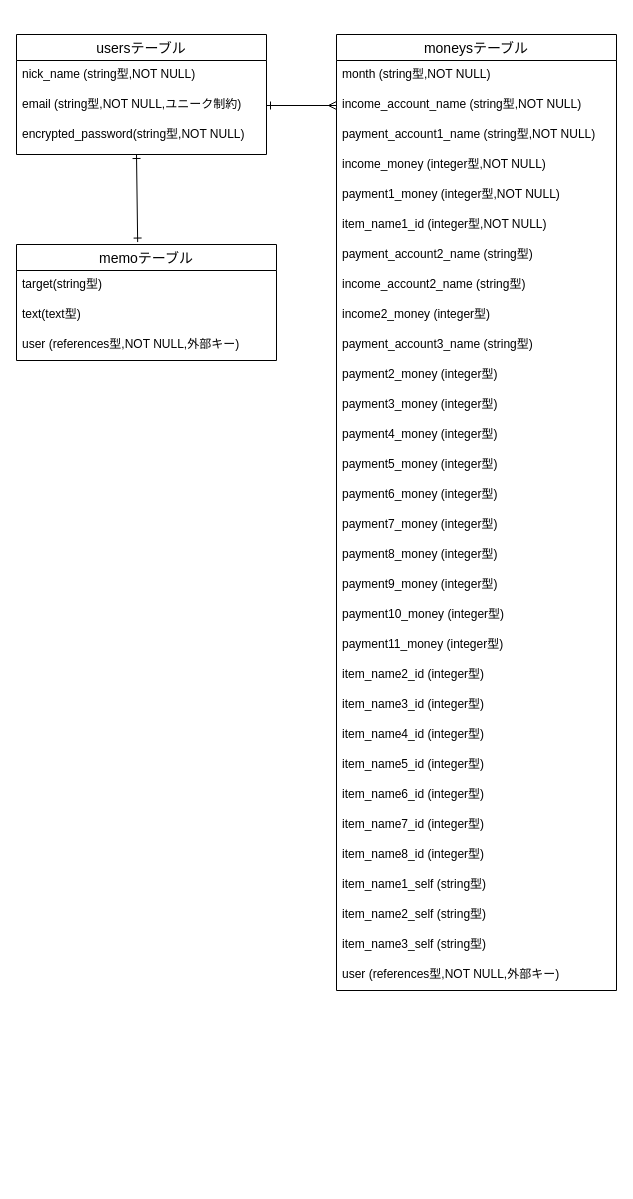
The draw.io diagram ER.dio in harukakak/rakubo, before the edit. Source tidied: cells renumbered, new cells numbered last; positions are measured from the earlier drawing's top-left corner, leaving out a move shared by most shapes. Both pictures are drawn from the tidied source at 100%, with x=0, y=0 at pixel (16, 34).
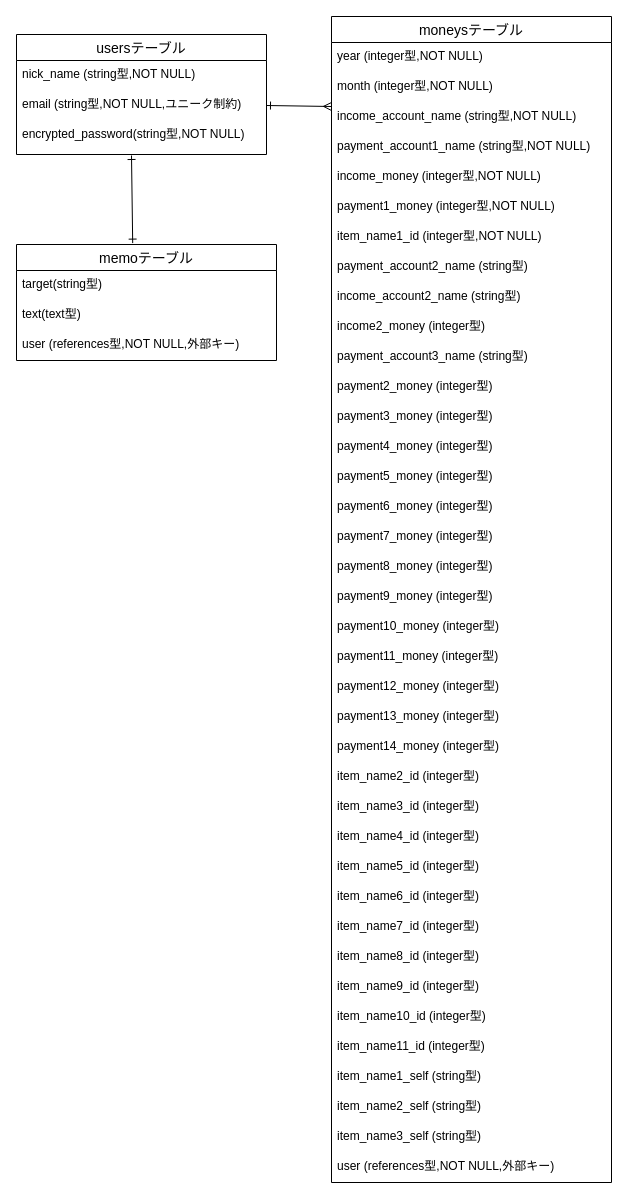
After the change.

Unchanged cells that the change refers to:
```xml
<mxCell id="4" value="email (string型,NOT NULL,ユニーク制約)" style="text;strokeColor=none;fillColor=none;spacingLeft=4;spacingRight=4;overflow=hidden;points=[[0,0.5],[1,0.5]];portConstraint=eastwest;fontSize=12;" parent="2" vertex="1">
  <mxGeometry y="56" width="250" height="30" as="geometry" />
</mxCell>
<mxCell id="40" value="memoテーブル" style="swimlane;fontStyle=0;horizontal=1;startSize=26;align=center;fontSize=14;" parent="1" vertex="1">
  <mxGeometry y="210" width="260" height="116" as="geometry" />
</mxCell>
```

Diff of the diagram source:
```diff
@@
     <mxCell id="6" value="moneysテーブル" style="swimlane;fontStyle=0;horizontal=1;startSize=26;align=center;fontSize=14;" parent="1" vertex="1">
-      <mxGeometry x="320" width="280" height="956" as="geometry" />
+      <mxGeometry x="315" y="-18" width="280" height="1166" as="geometry" />
     </mxCell>
-    <mxCell id="7" value="month (string型,NOT NULL)" style="text;strokeColor=none;fillColor=none;spacingLeft=4;spacingRight=4;overflow=hidden;fontSize=12;" parent="6" vertex="1">
+    <mxCell id="7" value="year (integer型,NOT NULL)" style="text;strokeColor=none;fillColor=none;spacingLeft=4;spacingRight=4;overflow=hidden;fontSize=12;" parent="6" vertex="1">
       <mxGeometry y="26" width="280" height="30" as="geometry" />
     </mxCell>
+    <mxCell id="44" value="month (integer型,NOT NULL)" style="text;strokeColor=none;fillColor=none;spacingLeft=4;spacingRight=4;overflow=hidden;fontSize=12;" parent="6" vertex="1">
+      <mxGeometry y="56" width="280" height="30" as="geometry" />
+    </mxCell>
     <mxCell id="8" value="income_account_name (string型,NOT NULL)" style="text;strokeColor=none;fillColor=none;spacingLeft=4;spacingRight=4;overflow=hidden;points=[[0,0.5],[1,0.5]];portConstraint=eastwest;fontSize=12;" parent="6" vertex="1">
-      <mxGeometry y="56" width="280" height="30" as="geometry" />
+      <mxGeometry y="86" width="280" height="30" as="geometry" />
     </mxCell>
     <mxCell id="9" value="payment_account1_name (string型,NOT NULL)" style="text;strokeColor=none;fillColor=none;spacingLeft=4;spacingRight=4;overflow=hidden;fontSize=12;" parent="6" vertex="1">
-      <mxGeometry y="86" width="280" height="30" as="geometry" />
+      <mxGeometry y="116" width="280" height="30" as="geometry" />
     </mxCell>
     <mxCell id="10" value="income_money (integer型,NOT NULL)" style="text;strokeColor=none;fillColor=none;spacingLeft=4;spacingRight=4;overflow=hidden;fontSize=12;" parent="6" vertex="1">
-      <mxGeometry y="116" width="280" height="30" as="geometry" />
+      <mxGeometry y="146" width="280" height="30" as="geometry" />
     </mxCell>
     <mxCell id="11" value="payment1_money (integer型,NOT NULL)" style="text;strokeColor=none;fillColor=none;spacingLeft=4;spacingRight=4;overflow=hidden;fontSize=12;" parent="6" vertex="1">
-      <mxGeometry y="146" width="280" height="30" as="geometry" />
+      <mxGeometry y="176" width="280" height="30" as="geometry" />
     </mxCell>
     <mxCell id="12" value="item_name1_id (integer型,NOT NULL)" style="text;strokeColor=none;fillColor=none;spacingLeft=4;spacingRight=4;overflow=hidden;fontSize=12;" parent="6" vertex="1">
-      <mxGeometry y="176" width="280" height="30" as="geometry" />
+      <mxGeometry y="206" width="280" height="30" as="geometry" />
     </mxCell>
     <mxCell id="13" value="payment_account2_name (string型)" style="text;strokeColor=none;fillColor=none;spacingLeft=4;spacingRight=4;overflow=hidden;fontSize=12;" parent="6" vertex="1">
-      <mxGeometry y="206" width="280" height="30" as="geometry" />
+      <mxGeometry y="236" width="280" height="30" as="geometry" />
     </mxCell>
     <mxCell id="14" value="income_account2_name (string型)" style="text;strokeColor=none;fillColor=none;spacingLeft=4;spacingRight=4;overflow=hidden;fontSize=12;" parent="6" vertex="1">
-      <mxGeometry y="236" width="280" height="30" as="geometry" />
+      <mxGeometry y="266" width="280" height="30" as="geometry" />
     </mxCell>
     <mxCell id="15" value="income2_money (integer型)" style="text;strokeColor=none;fillColor=none;spacingLeft=4;spacingRight=4;overflow=hidden;fontSize=12;" parent="6" vertex="1">
-      <mxGeometry y="266" width="280" height="30" as="geometry" />
+      <mxGeometry y="296" width="280" height="30" as="geometry" />
     </mxCell>
     <mxCell id="16" value="payment_account3_name (string型)" style="text;strokeColor=none;fillColor=none;spacingLeft=4;spacingRight=4;overflow=hidden;fontSize=12;" parent="6" vertex="1">
-      <mxGeometry y="296" width="280" height="30" as="geometry" />
+      <mxGeometry y="326" width="280" height="30" as="geometry" />
     </mxCell>
     <mxCell id="17" value="payment2_money (integer型)" style="text;strokeColor=none;fillColor=none;spacingLeft=4;spacingRight=4;overflow=hidden;fontSize=12;" parent="6" vertex="1">
-      <mxGeometry y="326" width="280" height="30" as="geometry" />
+      <mxGeometry y="356" width="280" height="30" as="geometry" />
     </mxCell>
     <mxCell id="18" value="payment3_money (integer型)" style="text;strokeColor=none;fillColor=none;spacingLeft=4;spacingRight=4;overflow=hidden;fontSize=12;" parent="6" vertex="1">
-      <mxGeometry y="356" width="280" height="30" as="geometry" />
+      <mxGeometry y="386" width="280" height="30" as="geometry" />
     </mxCell>
     <mxCell id="19" value="payment4_money (integer型)" style="text;strokeColor=none;fillColor=none;spacingLeft=4;spacingRight=4;overflow=hidden;fontSize=12;" parent="6" vertex="1">
-      <mxGeometry y="386" width="280" height="30" as="geometry" />
+      <mxGeometry y="416" width="280" height="30" as="geometry" />
     </mxCell>
     <mxCell id="20" value="payment5_money (integer型)" style="text;strokeColor=none;fillColor=none;spacingLeft=4;spacingRight=4;overflow=hidden;fontSize=12;" parent="6" vertex="1">
-      <mxGeometry y="416" width="280" height="30" as="geometry" />
+      <mxGeometry y="446" width="280" height="30" as="geometry" />
     </mxCell>
     <mxCell id="21" value="payment6_money (integer型)" style="text;strokeColor=none;fillColor=none;spacingLeft=4;spacingRight=4;overflow=hidden;fontSize=12;" parent="6" vertex="1">
-      <mxGeometry y="446" width="280" height="30" as="geometry" />
+      <mxGeometry y="476" width="280" height="30" as="geometry" />
     </mxCell>
     <mxCell id="22" value="payment7_money (integer型)" style="text;strokeColor=none;fillColor=none;spacingLeft=4;spacingRight=4;overflow=hidden;fontSize=12;" parent="6" vertex="1">
-      <mxGeometry y="476" width="280" height="30" as="geometry" />
+      <mxGeometry y="506" width="280" height="30" as="geometry" />
     </mxCell>
     <mxCell id="23" value="payment8_money (integer型)" style="text;strokeColor=none;fillColor=none;spacingLeft=4;spacingRight=4;overflow=hidden;fontSize=12;" parent="6" vertex="1">
-      <mxGeometry y="506" width="280" height="30" as="geometry" />
+      <mxGeometry y="536" width="280" height="30" as="geometry" />
     </mxCell>
     <mxCell id="24" value="payment9_money (integer型)" style="text;strokeColor=none;fillColor=none;spacingLeft=4;spacingRight=4;overflow=hidden;fontSize=12;" parent="6" vertex="1">
-      <mxGeometry y="536" width="280" height="30" as="geometry" />
+      <mxGeometry y="566" width="280" height="30" as="geometry" />
     </mxCell>
     <mxCell id="25" value="payment10_money (integer型)" style="text;strokeColor=none;fillColor=none;spacingLeft=4;spacingRight=4;overflow=hidden;fontSize=12;" parent="6" vertex="1">
-      <mxGeometry y="566" width="280" height="30" as="geometry" />
+      <mxGeometry y="596" width="280" height="30" as="geometry" />
     </mxCell>
     <mxCell id="26" value="payment11_money (integer型)" style="text;strokeColor=none;fillColor=none;spacingLeft=4;spacingRight=4;overflow=hidden;fontSize=12;" parent="6" vertex="1">
-      <mxGeometry y="596" width="280" height="30" as="geometry" />
+      <mxGeometry y="626" width="280" height="30" as="geometry" />
     </mxCell>
+    <mxCell id="45" value="payment12_money (integer型)" style="text;strokeColor=none;fillColor=none;spacingLeft=4;spacingRight=4;overflow=hidden;fontSize=12;" parent="6" vertex="1">
+      <mxGeometry y="656" width="280" height="30" as="geometry" />
+    </mxCell>
+    <mxCell id="46" value="payment13_money (integer型)" style="text;strokeColor=none;fillColor=none;spacingLeft=4;spacingRight=4;overflow=hidden;fontSize=12;" parent="6" vertex="1">
+      <mxGeometry y="686" width="280" height="30" as="geometry" />
+    </mxCell>
+    <mxCell id="47" value="payment14_money (integer型)" style="text;strokeColor=none;fillColor=none;spacingLeft=4;spacingRight=4;overflow=hidden;fontSize=12;" parent="6" vertex="1">
+      <mxGeometry y="716" width="280" height="30" as="geometry" />
+    </mxCell>
     <mxCell id="27" value="item_name2_id (integer型)" style="text;strokeColor=none;fillColor=none;spacingLeft=4;spacingRight=4;overflow=hidden;fontSize=12;" parent="6" vertex="1">
-      <mxGeometry y="626" width="280" height="30" as="geometry" />
+      <mxGeometry y="746" width="280" height="30" as="geometry" />
     </mxCell>
     <mxCell id="28" value="item_name3_id (integer型)" style="text;strokeColor=none;fillColor=none;spacingLeft=4;spacingRight=4;overflow=hidden;fontSize=12;" parent="6" vertex="1">
-      <mxGeometry y="656" width="280" height="30" as="geometry" />
+      <mxGeometry y="776" width="280" height="30" as="geometry" />
     </mxCell>
     <mxCell id="29" value="item_name4_id (integer型)" style="text;strokeColor=none;fillColor=none;spacingLeft=4;spacingRight=4;overflow=hidden;fontSize=12;" parent="6" vertex="1">
-      <mxGeometry y="686" width="280" height="30" as="geometry" />
+      <mxGeometry y="806" width="280" height="30" as="geometry" />
     </mxCell>
     <mxCell id="30" value="item_name5_id (integer型)" style="text;strokeColor=none;fillColor=none;spacingLeft=4;spacingRight=4;overflow=hidden;fontSize=12;" parent="6" vertex="1">
-      <mxGeometry y="716" width="280" height="30" as="geometry" />
+      <mxGeometry y="836" width="280" height="30" as="geometry" />
     </mxCell>
     <mxCell id="31" value="item_name6_id (integer型)" style="text;strokeColor=none;fillColor=none;spacingLeft=4;spacingRight=4;overflow=hidden;fontSize=12;" parent="6" vertex="1">
-      <mxGeometry y="746" width="280" height="30" as="geometry" />
+      <mxGeometry y="866" width="280" height="30" as="geometry" />
     </mxCell>
     <mxCell id="32" value="item_name7_id (integer型)" style="text;strokeColor=none;fillColor=none;spacingLeft=4;spacingRight=4;overflow=hidden;fontSize=12;" parent="6" vertex="1">
-      <mxGeometry y="776" width="280" height="30" as="geometry" />
+      <mxGeometry y="896" width="280" height="30" as="geometry" />
     </mxCell>
     <mxCell id="33" value="item_name8_id (integer型)" style="text;strokeColor=none;fillColor=none;spacingLeft=4;spacingRight=4;overflow=hidden;fontSize=12;" parent="6" vertex="1">
-      <mxGeometry y="806" width="280" height="30" as="geometry" />
+      <mxGeometry y="926" width="280" height="30" as="geometry" />
     </mxCell>
+    <mxCell id="48" value="item_name9_id (integer型)" style="text;strokeColor=none;fillColor=none;spacingLeft=4;spacingRight=4;overflow=hidden;fontSize=12;" parent="6" vertex="1">
+      <mxGeometry y="956" width="280" height="30" as="geometry" />
+    </mxCell>
+    <mxCell id="49" value="item_name10_id (integer型)" style="text;strokeColor=none;fillColor=none;spacingLeft=4;spacingRight=4;overflow=hidden;fontSize=12;" parent="6" vertex="1">
+      <mxGeometry y="986" width="280" height="30" as="geometry" />
+    </mxCell>
+    <mxCell id="50" value="item_name11_id (integer型)" style="text;strokeColor=none;fillColor=none;spacingLeft=4;spacingRight=4;overflow=hidden;fontSize=12;" parent="6" vertex="1">
+      <mxGeometry y="1016" width="280" height="30" as="geometry" />
+    </mxCell>
     <mxCell id="34" value="item_name1_self (string型)" style="text;strokeColor=none;fillColor=none;spacingLeft=4;spacingRight=4;overflow=hidden;fontSize=12;" parent="6" vertex="1">
-      <mxGeometry y="836" width="280" height="30" as="geometry" />
+      <mxGeometry y="1046" width="280" height="30" as="geometry" />
     </mxCell>
     <mxCell id="35" value="item_name2_self (string型)" style="text;strokeColor=none;fillColor=none;spacingLeft=4;spacingRight=4;overflow=hidden;fontSize=12;" parent="6" vertex="1">
-      <mxGeometry y="866" width="280" height="30" as="geometry" />
+      <mxGeometry y="1076" width="280" height="30" as="geometry" />
     </mxCell>
     <mxCell id="36" value="item_name3_self (string型)" style="text;strokeColor=none;fillColor=none;spacingLeft=4;spacingRight=4;overflow=hidden;fontSize=12;" parent="6" vertex="1">
-      <mxGeometry y="896" width="280" height="30" as="geometry" />
+      <mxGeometry y="1106" width="280" height="30" as="geometry" />
     </mxCell>
     <mxCell id="37" value="user (references型,NOT NULL,外部キー)" style="text;strokeColor=none;fillColor=none;spacingLeft=4;spacingRight=4;overflow=hidden;fontSize=12;" parent="6" vertex="1">
-      <mxGeometry y="926" width="280" height="30" as="geometry" />
+      <mxGeometry y="1136" width="280" height="30" as="geometry" />
     </mxCell>
-    <mxCell id="38" style="edgeStyle=none;html=1;exitX=1;exitY=0.5;exitDx=0;exitDy=0;entryX=0;entryY=0.5;entryDx=0;entryDy=0;startArrow=ERone;startFill=0;endArrow=ERmany;endFill=0;" parent="1" edge="1" source="4" target="8">
+    <mxCell id="38" style="edgeStyle=none;html=1;exitX=1;exitY=0.5;exitDx=0;exitDy=0;entryX=0;entryY=0.133;entryDx=0;entryDy=0;startArrow=ERone;startFill=0;endArrow=ERmany;endFill=0;entryPerimeter=0;" parent="1" edge="1" source="4" target="8">
       <mxGeometry relative="1" as="geometry" />
     </mxCell>
-    <mxCell id="39" style="edgeStyle=none;html=1;endArrow=ERone;endFill=0;startArrow=ERone;startFill=0;exitX=0.466;exitY=-0.021;exitDx=0;exitDy=0;exitPerimeter=0;" parent="1" edge="1" source="40">
+    <mxCell id="39" style="edgeStyle=none;html=1;endArrow=ERone;endFill=0;startArrow=ERone;startFill=0;exitX=0.466;exitY=-0.021;exitDx=0;exitDy=0;exitPerimeter=0;" parent="1" edge="1">
       <mxGeometry relative="1" as="geometry">
-        <mxPoint x="120" y="120" as="targetPoint" />
+        <mxPoint x="116.2" y="208.6" as="sourcePoint" />
+        <mxPoint x="115" y="121" as="targetPoint" />
       </mxGeometry>
     </mxCell>
```
